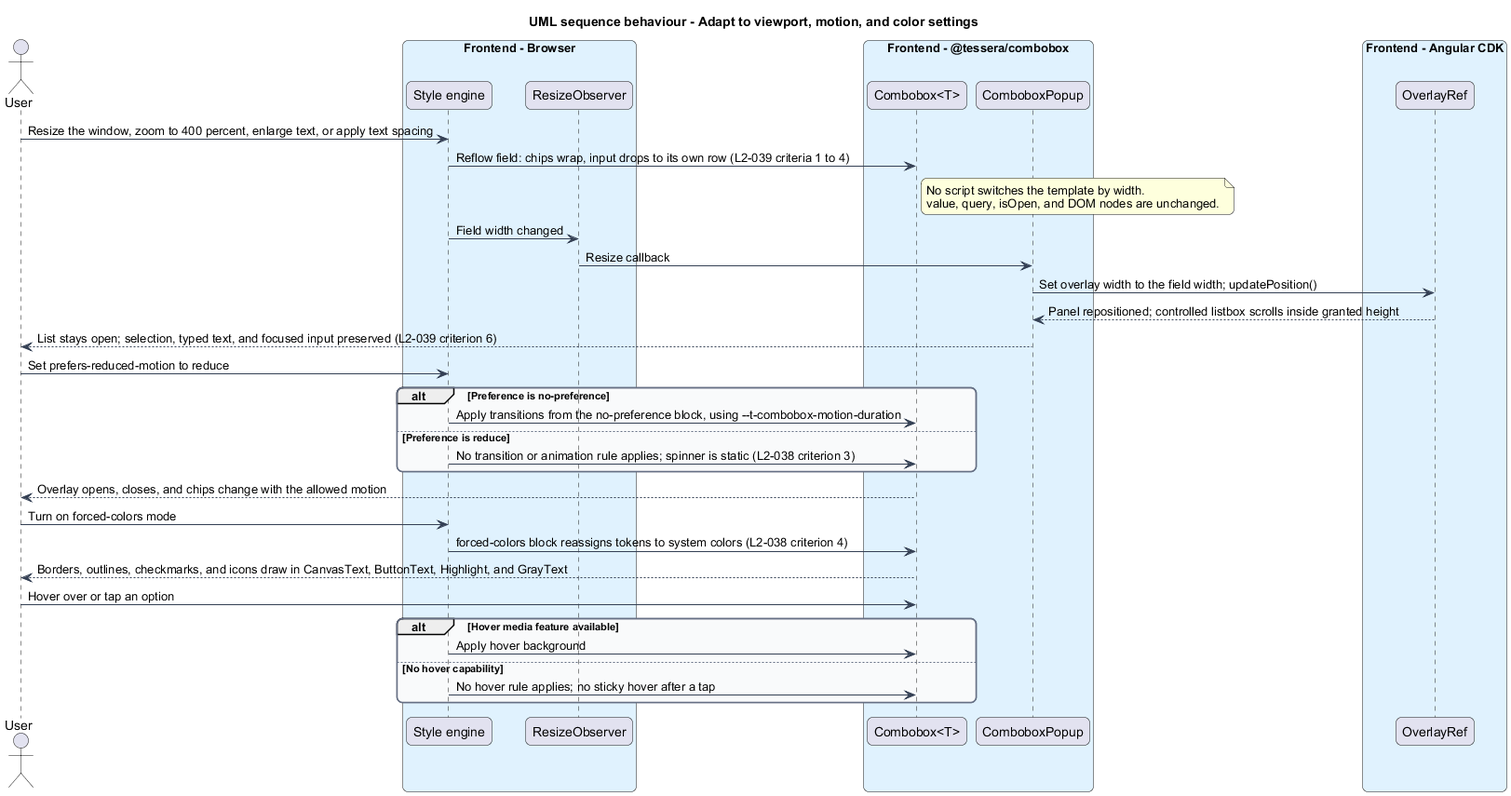
Before: docs/detailed-designs/combobox/present-accessibly/diagrams/sequence-adapt-environment.png, a diagram exported from PlantUML (QuinntyneBrown/Tessera). The source it was exported from:
```plantuml
@startuml
title UML sequence behaviour - Adapt to viewport, motion, and color settings
skinparam backgroundColor #FFFFFF
skinparam shadowing false
skinparam roundcorner 12
skinparam defaultFontName Arial
skinparam ArrowColor #344054
skinparam rectangle {
  BorderColor #344054
  FontColor #101828
}
skinparam package {
  BorderColor #667085
  FontColor #101828
  BackgroundColor #F9FAFB
}
actor "User" as user
box "Frontend - Browser" #E0F2FE
  participant "Style engine" as style
  participant "ResizeObserver" as observer
end box
box "Frontend - @tessera/combobox" #E0F2FE
  participant "Combobox<T>" as combobox
  participant "ComboboxPopup" as popup
end box
box "Frontend - Angular CDK" #E0F2FE
  participant "OverlayRef" as overlay
end box

user -> style : Resize the window, zoom to 400 percent, enlarge text, or apply text spacing
style -> combobox : Reflow field: chips wrap, input drops to its own row (L2-039 criteria 1 to 4)
note right of combobox : No script switches the template by width.\nvalue, query, isOpen, and DOM nodes are unchanged.
style -> observer : Field width changed
observer -> popup : Resize callback
popup -> overlay : Set overlay width to the field width; updatePosition()
overlay --> popup : Panel repositioned; controlled listbox scrolls inside granted height
popup --> user : List stays open; selection, typed text, and focused input preserved (L2-039 criterion 6)

user -> style : Set prefers-reduced-motion to reduce
alt Preference is no-preference
  style -> combobox : Apply transitions from the no-preference block, using --t-combobox-motion-duration
else Preference is reduce
  style -> combobox : No transition or animation rule applies; spinner is static (L2-038 criterion 3)
end
combobox --> user : Overlay opens, closes, and chips change with the allowed motion

user -> style : Turn on forced-colors mode
style -> combobox : forced-colors block reassigns tokens to system colors (L2-038 criterion 4)
combobox --> user : Borders, outlines, checkmarks, and icons draw in CanvasText, ButtonText, Highlight, and GrayText

user -> combobox : Hover over or tap an option
alt Hover media feature available
  style -> combobox : Apply hover background
else No hover capability
  style -> combobox : No hover rule applies; no sticky hover after a tap
end
@enduml
```
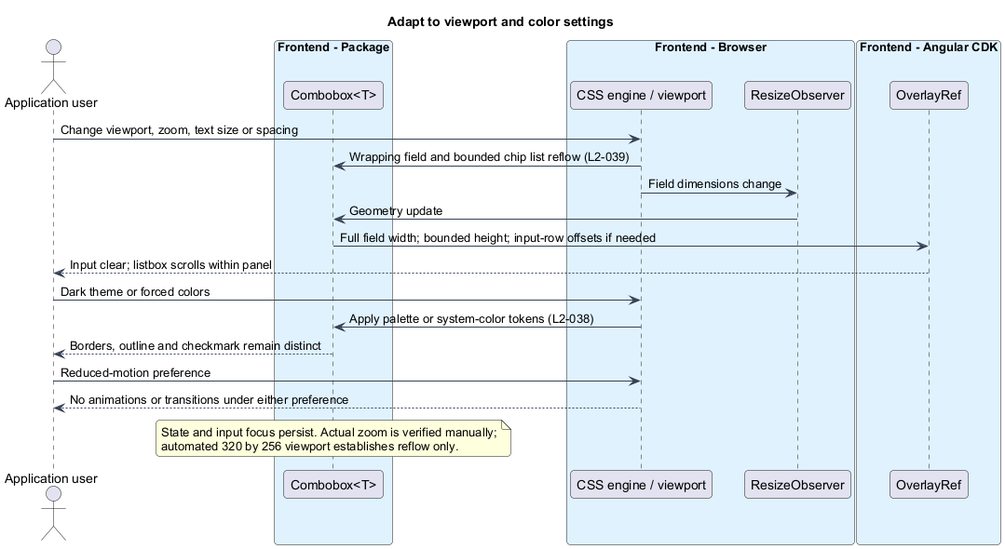
The same diagram one commit later.

Change to the diagram source:
```diff
@@ -1,57 +1,41 @@
 @startuml
-title UML sequence behaviour - Adapt to viewport, motion, and color settings
 skinparam backgroundColor #FFFFFF
 skinparam shadowing false
-skinparam roundcorner 12
+skinparam roundcorner 8
 skinparam defaultFontName Arial
 skinparam ArrowColor #344054
-skinparam rectangle {
+skinparam class {
   BorderColor #344054
-  FontColor #101828
-}
-skinparam package {
-  BorderColor #667085
   FontColor #101828
   BackgroundColor #F9FAFB
 }
-actor "User" as user
+title Adapt to viewport and color settings
+actor "Application user" as user
+box "Frontend - Package" #E0F2FE
+  participant "Combobox<T>" as cb
+end box
 box "Frontend - Browser" #E0F2FE
-  participant "Style engine" as style
+  participant "CSS engine / viewport" as style
   participant "ResizeObserver" as observer
-end box
-box "Frontend - @tessera/combobox" #E0F2FE
-  participant "Combobox<T>" as combobox
-  participant "ComboboxPopup" as popup
 end box
 box "Frontend - Angular CDK" #E0F2FE
   participant "OverlayRef" as overlay
 end box
 
-user -> style : Resize the window, zoom to 400 percent, enlarge text, or apply text spacing
-style -> combobox : Reflow field: chips wrap, input drops to its own row (L2-039 criteria 1 to 4)
-note right of combobox : No script switches the template by width.\nvalue, query, isOpen, and DOM nodes are unchanged.
-style -> observer : Field width changed
-observer -> popup : Resize callback
-popup -> overlay : Set overlay width to the field width; updatePosition()
-overlay --> popup : Panel repositioned; controlled listbox scrolls inside granted height
-popup --> user : List stays open; selection, typed text, and focused input preserved (L2-039 criterion 6)
 
-user -> style : Set prefers-reduced-motion to reduce
-alt Preference is no-preference
-  style -> combobox : Apply transitions from the no-preference block, using --t-combobox-motion-duration
-else Preference is reduce
-  style -> combobox : No transition or animation rule applies; spinner is static (L2-038 criterion 3)
-end
-combobox --> user : Overlay opens, closes, and chips change with the allowed motion
-
-user -> style : Turn on forced-colors mode
-style -> combobox : forced-colors block reassigns tokens to system colors (L2-038 criterion 4)
-combobox --> user : Borders, outlines, checkmarks, and icons draw in CanvasText, ButtonText, Highlight, and GrayText
-
-user -> combobox : Hover over or tap an option
-alt Hover media feature available
-  style -> combobox : Apply hover background
-else No hover capability
-  style -> combobox : No hover rule applies; no sticky hover after a tap
-end
+user -> style : Change viewport, zoom, text size or spacing
+style -> cb : Wrapping field and bounded chip list reflow (L2-039)
+style -> observer : Field dimensions change
+observer -> cb : Geometry update
+cb -> overlay : Full field width; bounded height; input-row offsets if needed
+overlay --> user : Input clear; listbox scrolls within panel
+user -> style : Dark theme or forced colors
+style -> cb : Apply palette or system-color tokens (L2-038)
+cb --> user : Borders, outline and checkmark remain distinct
+user -> style : Reduced-motion preference
+style --> user : No animations or transitions under either preference
+note over cb
+  State and input focus persist. Actual zoom is verified manually;
+  automated 320 by 256 viewport establishes reflow only.
+end note
 @enduml
```
